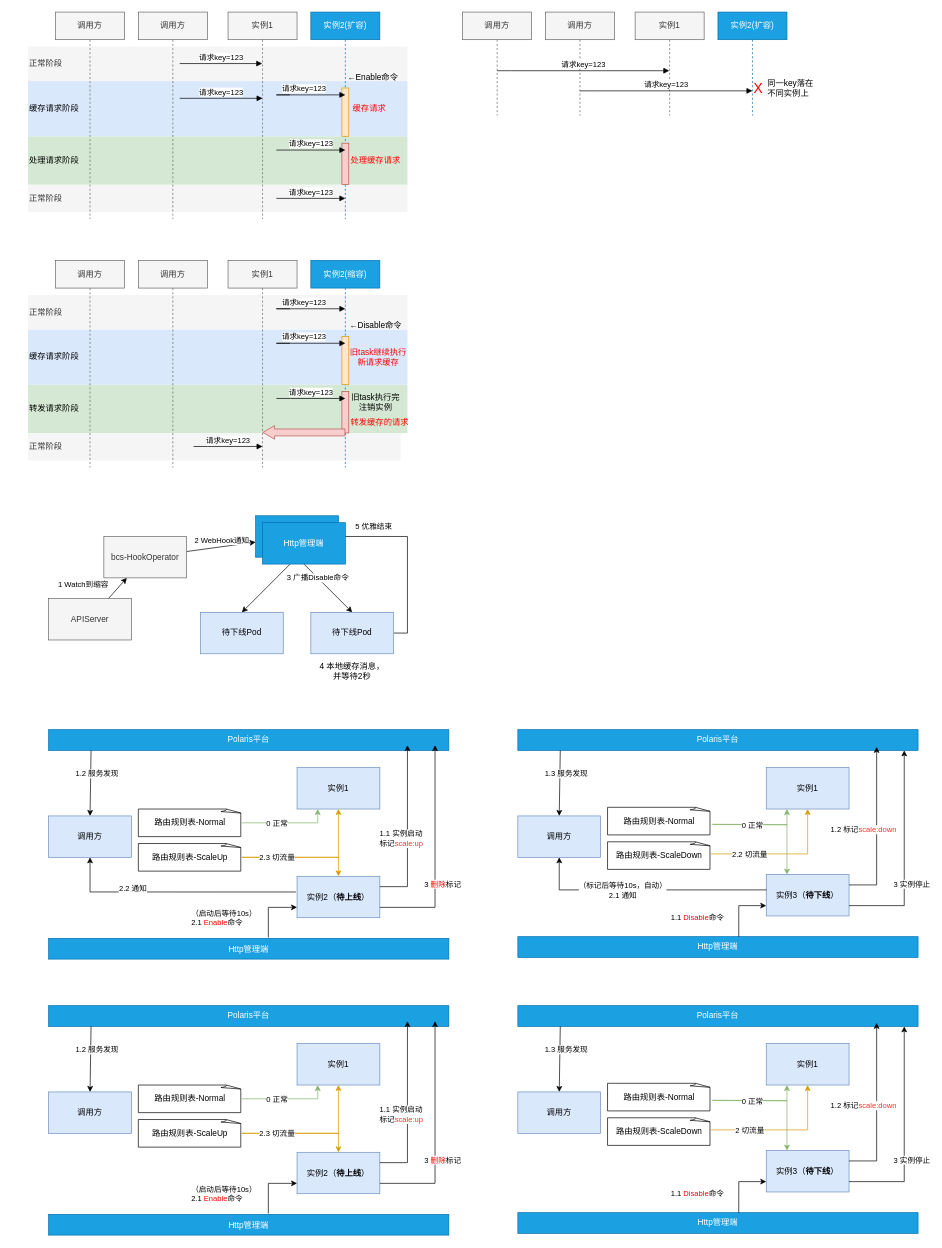
The draw.io diagram page "优雅机制" (4 of 6) of 业务上云.drawio in myfreejoey/picgo, before the edit. Source tidied: cells renumbered, new cells numbered last; positions are measured from the earlier drawing's top-left corner, leaving out a move shared by most shapes. Both pictures are drawn from the tidied source at 69%, with x=0, y=0 at pixel (28, 12).
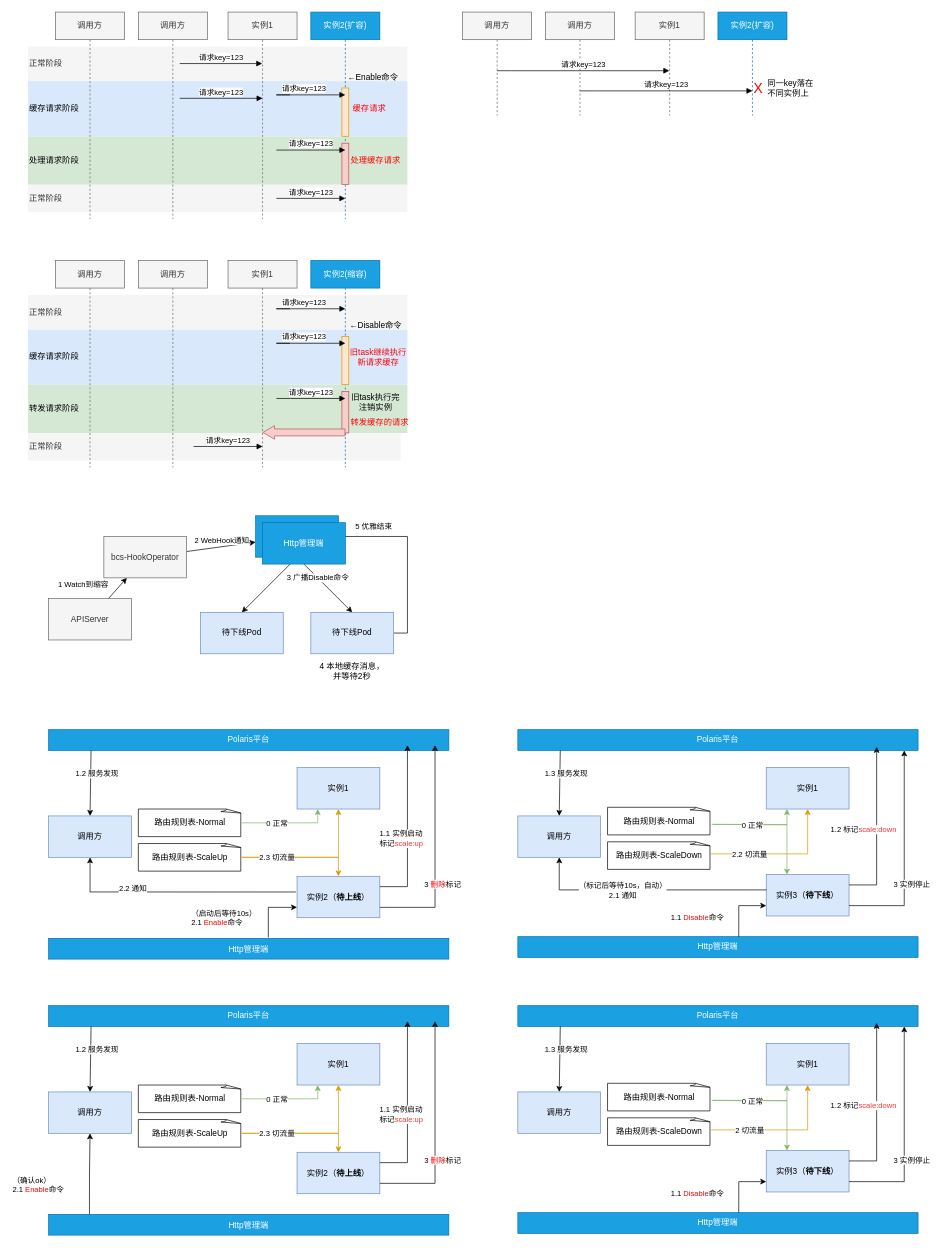
The same diagram, later.

Commit message (it also covers changes not shown here):
更新业务上云.drawio

The change refers to these unchanged cells:
```xml
<mxCell id="126" value="调用方" style="rounded=0;whiteSpace=wrap;html=1;fillColor=#dae8fc;strokeColor=#6c8ebf;" parent="1" vertex="1">
  <mxGeometry x="30" y="1565" width="120" height="60" as="geometry" />
</mxCell>
<mxCell id="128" value="实例2（&lt;b&gt;待上线&lt;/b&gt;）" style="rounded=0;whiteSpace=wrap;html=1;fillColor=#dae8fc;strokeColor=#6c8ebf;" parent="1" vertex="1">
  <mxGeometry x="390" y="1652.5" width="120" height="60" as="geometry" />
</mxCell>
<mxCell id="143" value="Http管理端" style="rounded=0;whiteSpace=wrap;html=1;fillColor=#1ba1e2;strokeColor=#006EAF;fontColor=#ffffff;" parent="1" vertex="1">
  <mxGeometry x="30" y="1742.5" width="580" height="30" as="geometry" />
</mxCell>
```

Diff of the diagram source:
```diff
@@
-    <mxCell id="137" style="edgeStyle=orthogonalEdgeStyle;rounded=0;jettySize=auto;html=1;entryX=0;entryY=0.75;entryDx=0;entryDy=0;exitX=0.549;exitY=-0.044;exitDx=0;exitDy=0;exitPerimeter=0;" parent="1" edge="1" source="143" target="128">
+    <mxCell id="137" style="edgeStyle=orthogonalEdgeStyle;rounded=0;jettySize=auto;html=1;entryX=0.5;entryY=1;entryDx=0;entryDy=0;exitX=0.102;exitY=0.081;exitDx=0;exitDy=0;exitPerimeter=0;" parent="1" edge="1" source="143" target="126">
       <mxGeometry relative="1" as="geometry" />
     </mxCell>
-    <mxCell id="138" value="（启动后等待10s）&lt;br&gt;2.1&amp;nbsp;&lt;font color=&quot;#ff0000&quot;&gt;Enable&lt;/font&gt;命令" style="edgeLabel;html=1;align=left;verticalAlign=middle;" parent="137" vertex="1">
+    <mxCell id="138" value="（确认ok）&lt;br&gt;2.1&amp;nbsp;&lt;font color=&quot;#ff0000&quot;&gt;Enable&lt;/font&gt;命令" style="edgeLabel;html=1;align=left;verticalAlign=middle;" parent="137" vertex="1">
       <mxGeometry x="-0.09" y="-1" relative="1" as="geometry">
         <mxPoint x="-114" y="10" as="offset" />
       </mxGeometry>
     </mxCell>
```
